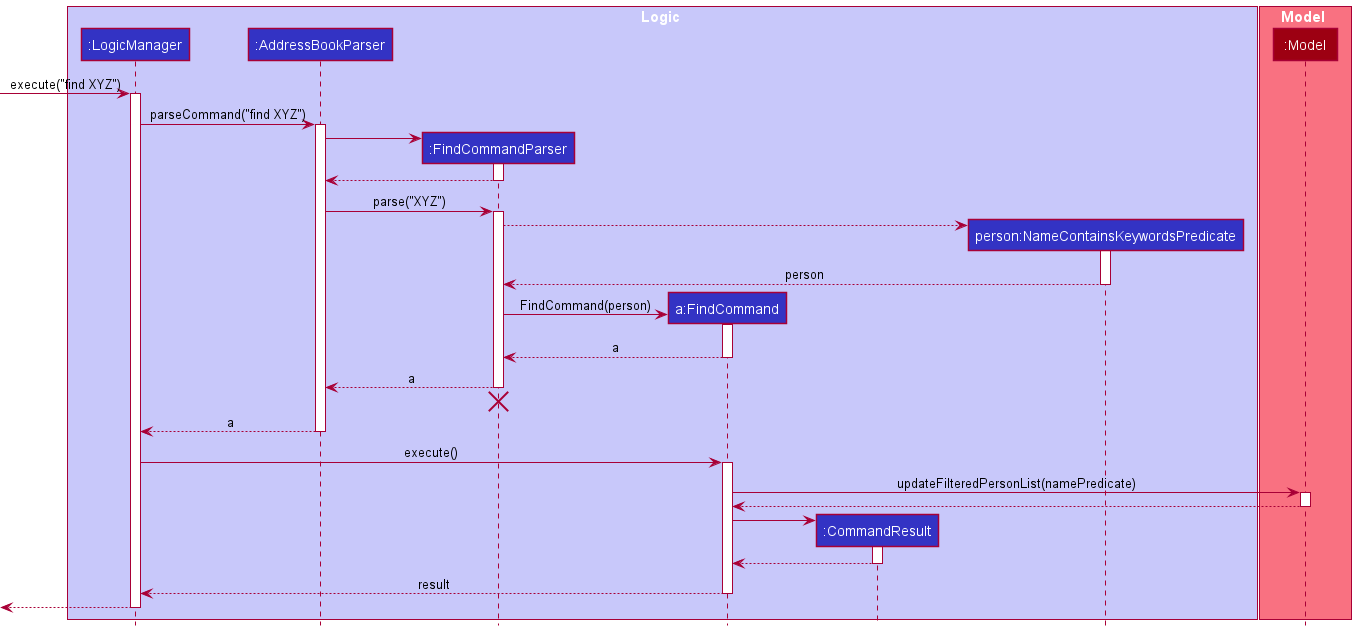
Above: docs/images/FindSequenceDiagram.png in nus-cs2103-AY2122S2/tp (PlantUML), before the change. The source it was exported from:
```plantuml
@startuml
!include style.puml

box Logic LOGIC_COLOR_T1
participant ":LogicManager" as LogicManager LOGIC_COLOR
participant ":AddressBookParser" as AddressBookParser LOGIC_COLOR
participant ":FindCommandParser" as FindCommandParser LOGIC_COLOR
participant "a:FindCommand" as FindCommand LOGIC_COLOR
participant ":CommandResult" as CommandResult LOGIC_COLOR
participant "person:NameContainsKeywordsPredicate" as NameContainsKeywordsPredicate LOGIC_COLOR
end box


box Model MODEL_COLOR_T1
participant ":Model" as Model MODEL_COLOR
end box

[-> LogicManager : execute("find XYZ")
activate LogicManager

LogicManager -> AddressBookParser : parseCommand("find XYZ")
activate AddressBookParser

create FindCommandParser
AddressBookParser -> FindCommandParser
activate FindCommandParser

FindCommandParser --> AddressBookParser
deactivate FindCommandParser

AddressBookParser -> FindCommandParser : parse("XYZ")
activate FindCommandParser

create NameContainsKeywordsPredicate
FindCommandParser --> NameContainsKeywordsPredicate
activate NameContainsKeywordsPredicate
NameContainsKeywordsPredicate --> FindCommandParser : person
deactivate NameContainsKeywordsPredicate

create FindCommand
FindCommandParser -> FindCommand : FindCommand(person)
activate FindCommand

FindCommand --> FindCommandParser : a
deactivate FindCommand

FindCommandParser --> AddressBookParser : a
deactivate FindCommandParser
FindCommandParser -[hidden]-> AddressBookParser
destroy FindCommandParser

AddressBookParser --> LogicManager : a
deactivate AddressBookParser

LogicManager -> FindCommand : execute()
activate FindCommand

FindCommand -> Model : updateFilteredPersonList(namePredicate)
activate Model

Model --> FindCommand
deactivate Model

create CommandResult
FindCommand -> CommandResult
activate CommandResult

CommandResult --> FindCommand
deactivate CommandResult

FindCommand --> LogicManager : result
deactivate FindCommand

[<--LogicManager
deactivate LogicManager
@enduml
```
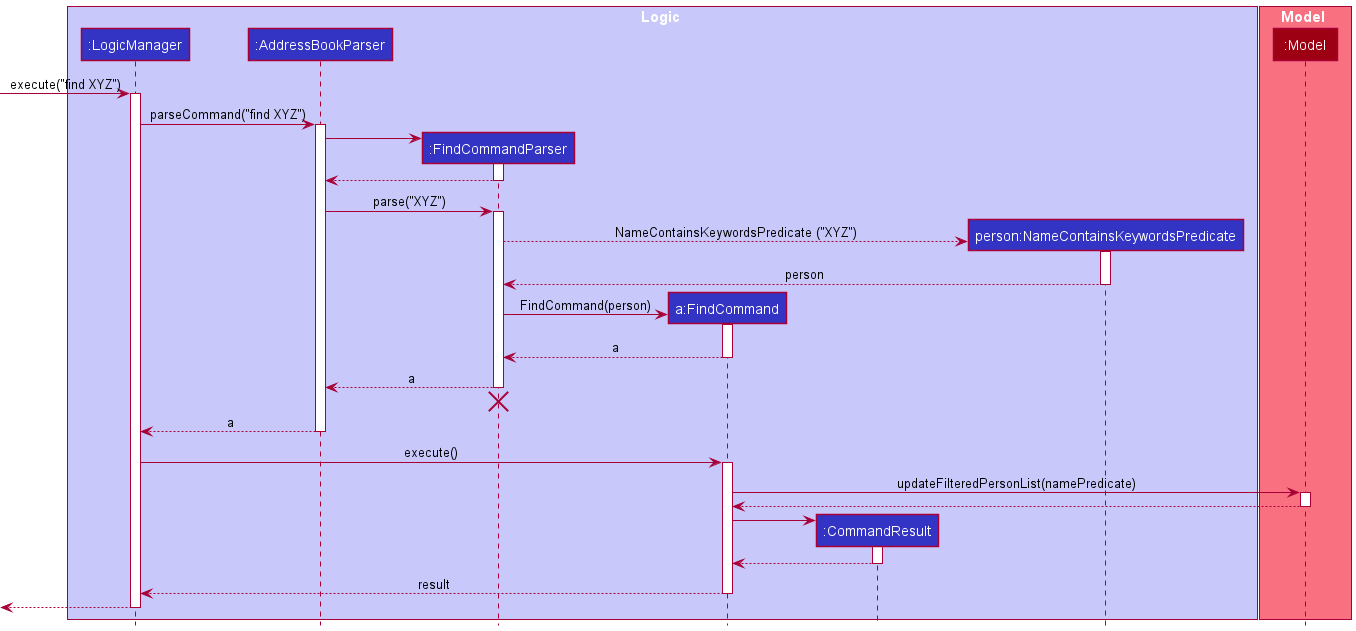
The same diagram one commit later.

Diff of the diagram source:
```diff
@@ -32,7 +32,7 @@
 activate FindCommandParser
 
 create NameContainsKeywordsPredicate
-FindCommandParser --> NameContainsKeywordsPredicate
+FindCommandParser --> NameContainsKeywordsPredicate : NameContainsKeywordsPredicate ("XYZ")
 activate NameContainsKeywordsPredicate
 NameContainsKeywordsPredicate --> FindCommandParser : person
 deactivate NameContainsKeywordsPredicate
```
